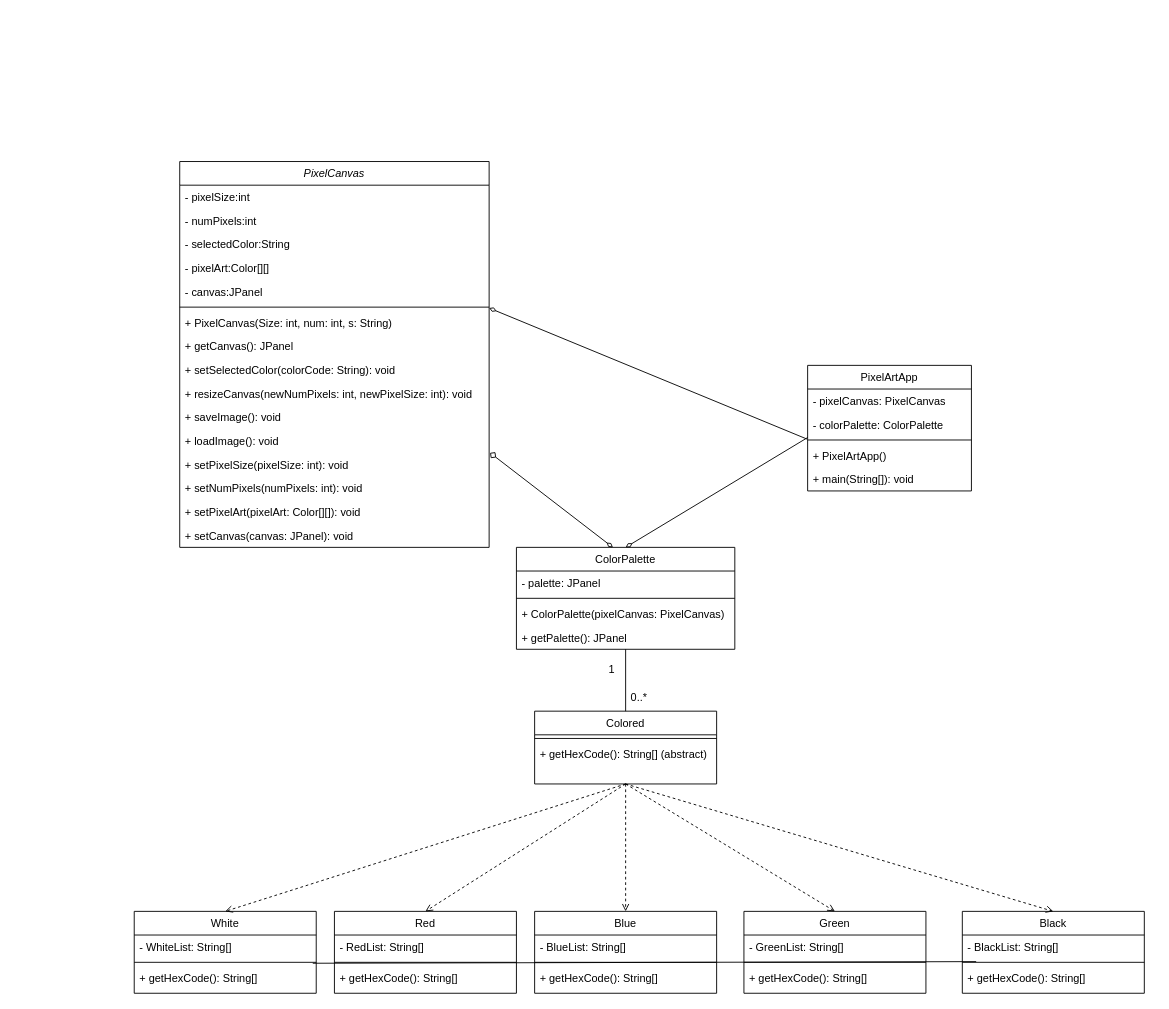
The draw.io diagram PixelArtV2/umlfinal.drawio in KELASU/OOPFInalsC, before the edit. Source tidied: cells renumbered, new cells numbered last; positions are measured from the earlier drawing's top-left corner, leaving out a move shared by most shapes. Both pictures are drawn from the tidied source at 91%, with x=0, y=0 at pixel (134, 161).
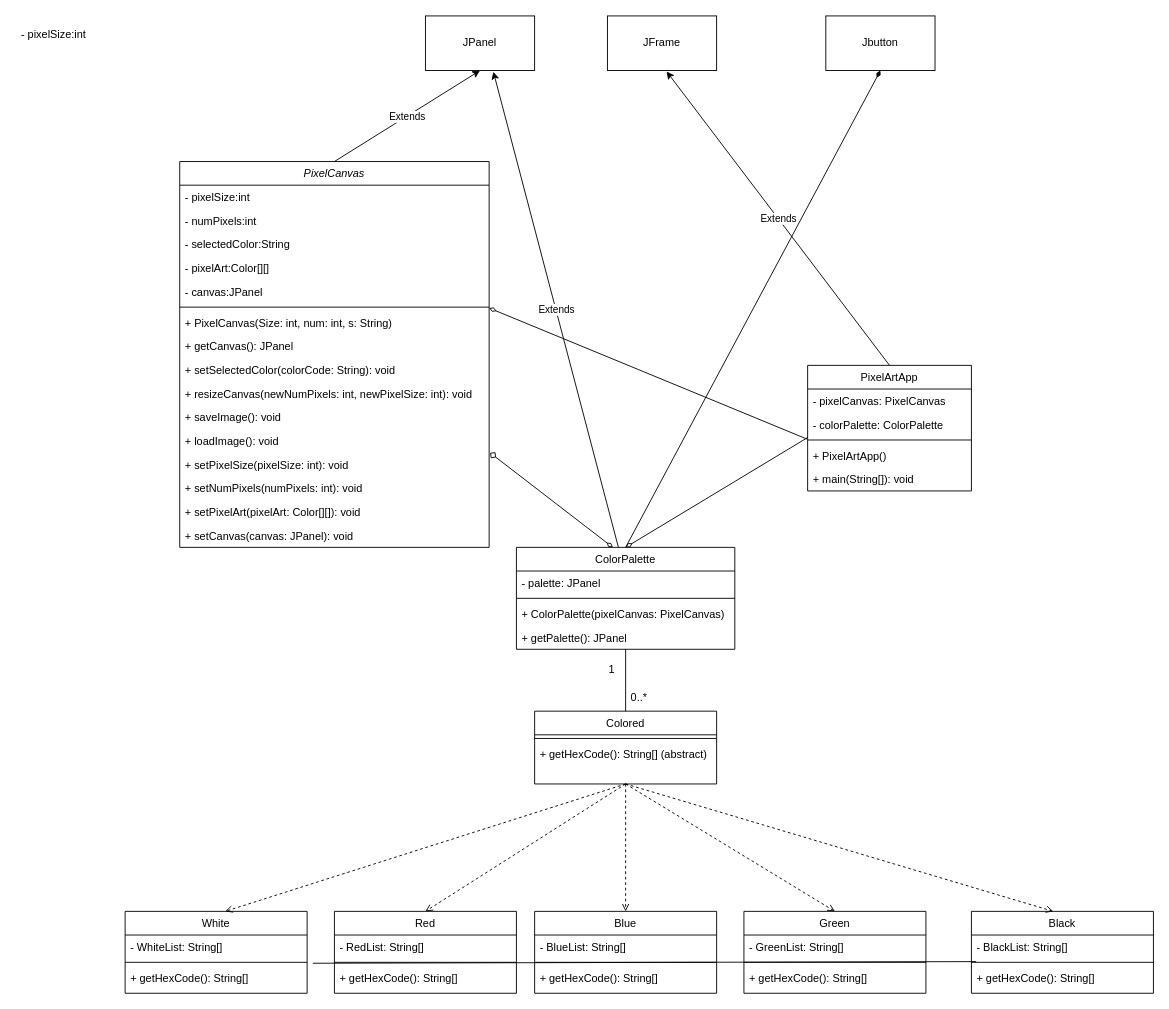
Above is the later version.

The change refers to these unchanged cells:
```xml
<mxCell id="2" value="PixelCanvas" style="swimlane;fontStyle=2;align=center;verticalAlign=top;horizontal=1;startSize=26;rounded=0;shadow=0;strokeWidth=1;" parent="1" vertex="1">
  <mxGeometry x="50" width="340" height="424" as="geometry" />
</mxCell>
<mxCell id="19" value="Colored" style="swimlane;fontStyle=0;align=center;verticalAlign=top;horizontal=1;startSize=26;rounded=0;shadow=0;strokeWidth=1;" parent="1" vertex="1">
  <mxGeometry x="440" y="604" width="200" height="80" as="geometry" />
</mxCell>
<mxCell id="22" value="PixelArtApp" style="swimlane;fontStyle=0;align=center;verticalAlign=top;horizontal=1;startSize=26;rounded=0;shadow=0;strokeWidth=1;" parent="1" vertex="1">
  <mxGeometry x="740" y="224" width="180" height="138" as="geometry" />
</mxCell>
<mxCell id="28" value="ColorPalette" style="swimlane;fontStyle=0;align=center;verticalAlign=top;horizontal=1;startSize=26;rounded=0;shadow=0;strokeWidth=1;" parent="1" vertex="1">
  <mxGeometry x="420" y="424" width="240" height="112" as="geometry" />
</mxCell>
<mxCell id="40" value="+ getHexCode(): String[] " style="text;align=left;verticalAlign=top;spacingLeft=4;spacingRight=4;overflow=hidden;points=[[0,0.5],[1,0.5]];portConstraint=eastwest;fontStyle=0;" parent="37" vertex="1">
  <mxGeometry y="60" width="200" height="26" as="geometry" />
</mxCell>
<mxCell id="51" style="line;html=1;strokeWidth=1;align=left;verticalAlign=middle;spacingTop=-1;spacingLeft=3;spacingRight=3;labelPosition=right;points=[];portConstraint=eastwest;" parent="49" vertex="1">
  <mxGeometry y="52" width="200" height="8" as="geometry" />
</mxCell>
```

Change to the diagram source:
```diff
@@
     <mxCell id="37" value="White" style="swimlane;fontStyle=0;align=center;verticalAlign=top;horizontal=1;startSize=26;rounded=0;shadow=0;strokeWidth=1;" parent="1" vertex="1">
-      <mxGeometry y="824" width="200" height="90" as="geometry" />
+      <mxGeometry x="-10" y="824" width="200" height="90" as="geometry" />
     </mxCell>
@@
     <mxCell id="49" value="Black" style="swimlane;fontStyle=0;align=center;verticalAlign=top;horizontal=1;startSize=26;rounded=0;shadow=0;strokeWidth=1;" parent="1" vertex="1">
-      <mxGeometry x="910" y="824" width="200" height="90" as="geometry" />
+      <mxGeometry x="920" y="824" width="200" height="90" as="geometry" />
     </mxCell>
@@
-    <mxCell id="53" style="endArrow=none;html=1;rounded=0;exitX=0.981;exitY=-0.115;exitDx=0;exitDy=0;exitPerimeter=0;entryX=0.076;entryY=0.403;entryDx=0;entryDy=0;entryPerimeter=0;" parent="1" edge="1" source="40" target="51">
-      <mxGeometry relative="1" as="geometry" />
+    <mxCell id="53" style="endArrow=none;html=1;rounded=0;exitX=0.981;exitY=-0.115;exitDx=0;exitDy=0;exitPerimeter=0;entryX=0.076;entryY=0.403;entryDx=0;entryDy=0;entryPerimeter=0;" parent="1" edge="1">
+      <mxGeometry relative="1" as="geometry">
+        <mxPoint x="196.2" y="881" as="sourcePoint" />
+        <mxPoint x="925.2" y="879.2" as="targetPoint" />
+      </mxGeometry>
     </mxCell>
@@
-    <mxCell id="56" style="html=1;labelBackgroundColor=#ffffff;startArrow=none;startFill=0;startSize=6;endArrow=open;endFill=0;endSize=6;jettySize=auto;strokeWidth=1;dashed=1;fontSize=14;rounded=0;strokeColor=#000000;exitX=0.5;exitY=1;exitDx=0;exitDy=0;entryX=0.5;entryY=0;entryDx=0;entryDy=0;" parent="1" edge="1" source="19" target="37">
-      <mxGeometry relative="1" as="geometry" />
+    <mxCell id="56" style="html=1;labelBackgroundColor=#ffffff;startArrow=none;startFill=0;startSize=6;endArrow=open;endFill=0;endSize=6;jettySize=auto;strokeWidth=1;dashed=1;fontSize=14;rounded=0;strokeColor=#000000;exitX=0.5;exitY=1;exitDx=0;exitDy=0;entryX=0.5;entryY=0;entryDx=0;entryDy=0;" parent="1" edge="1" source="19">
+      <mxGeometry relative="1" as="geometry">
+        <mxPoint x="100" y="824" as="targetPoint" />
+      </mxGeometry>
     </mxCell>
@@
-    <mxCell id="60" style="html=1;labelBackgroundColor=#ffffff;startArrow=none;startFill=0;startSize=6;endArrow=open;endFill=0;endSize=6;jettySize=auto;strokeWidth=1;dashed=1;fontSize=14;rounded=0;strokeColor=#000000;entryX=0.5;entryY=0;entryDx=0;entryDy=0;" parent="1" edge="1" target="49">
+    <mxCell id="60" style="html=1;labelBackgroundColor=#ffffff;startArrow=none;startFill=0;startSize=6;endArrow=open;endFill=0;endSize=6;jettySize=auto;orthogonalLoop=1;strokeWidth=1;dashed=1;fontSize=14;rounded=0;strokeColor=#000000;entryX=0.5;entryY=0;entryDx=0;entryDy=0;" parent="1" edge="1">
       <mxGeometry relative="1" as="geometry">
         <mxPoint x="540" y="684" as="sourcePoint" />
+        <mxPoint x="1010" y="824" as="targetPoint" />
       </mxGeometry>
     </mxCell>
@@
+    <mxCell id="65" value="- pixelSize:int" style="text;align=left;verticalAlign=top;spacingLeft=4;spacingRight=4;overflow=hidden;" parent="1" vertex="1">
+      <mxGeometry x="-130" y="-153" width="340" height="26" as="geometry" />
+    </mxCell>
+    <mxCell id="66" value="JPanel" style="rounded=0;whiteSpace=wrap;html=1;" parent="1" vertex="1">
+      <mxGeometry x="320" y="-160" width="120" height="60" as="geometry" />
+    </mxCell>
+    <mxCell id="67" value="JFrame" style="rounded=0;whiteSpace=wrap;html=1;" parent="1" vertex="1">
+      <mxGeometry x="520" y="-160" width="120" height="60" as="geometry" />
+    </mxCell>
+    <mxCell id="68" value="Jbutton&lt;br&gt;" style="rounded=0;whiteSpace=wrap;html=1;" parent="1" vertex="1">
+      <mxGeometry x="760" y="-160" width="120" height="60" as="geometry" />
+    </mxCell>
+    <mxCell id="69" style="endArrow=classic;html=1;rounded=0;exitX=0.5;exitY=0;exitDx=0;exitDy=0;entryX=0.5;entryY=1;entryDx=0;entryDy=0;" parent="1" edge="1" source="2" target="66">
+      <mxGeometry relative="1" as="geometry" />
+    </mxCell>
+    <mxCell id="70" value="Extends" style="edgeLabel;html=1;align=center;verticalAlign=middle;" parent="69" vertex="1">
+      <mxGeometry relative="1" as="geometry" />
+    </mxCell>
+    <mxCell id="71" style="endArrow=classic;html=1;rounded=0;exitX=0.467;exitY=0;exitDx=0;exitDy=0;entryX=0.622;entryY=1.022;entryDx=0;entryDy=0;exitPerimeter=0;entryPerimeter=0;" parent="1" edge="1" source="28" target="66">
+      <mxGeometry relative="1" as="geometry" />
+    </mxCell>
+    <mxCell id="72" value="Extends" style="edgeLabel;html=1;align=center;verticalAlign=middle;" parent="71" vertex="1">
+      <mxGeometry relative="1" as="geometry" />
+    </mxCell>
+    <mxCell id="73" style="endArrow=classic;html=1;rounded=0;exitX=0.5;exitY=0;exitDx=0;exitDy=0;entryX=0.622;entryY=1.022;entryDx=0;entryDy=0;entryPerimeter=0;" parent="1" edge="1" source="22">
+      <mxGeometry relative="1" as="geometry">
+        <mxPoint x="585" y="-99" as="targetPoint" />
+      </mxGeometry>
+    </mxCell>
+    <mxCell id="74" value="Extends" style="edgeLabel;html=1;align=center;verticalAlign=middle;" parent="73" vertex="1">
+      <mxGeometry relative="1" as="geometry" />
+    </mxCell>
+    <mxCell id="75" style="endArrow=diamondThin;html=1;rounded=0;exitX=0.5;exitY=0;exitDx=0;exitDy=0;entryX=0.5;entryY=1;entryDx=0;entryDy=0;endFill=1;" parent="1" edge="1" source="28" target="68">
+      <mxGeometry relative="1" as="geometry" />
+    </mxCell>
```
